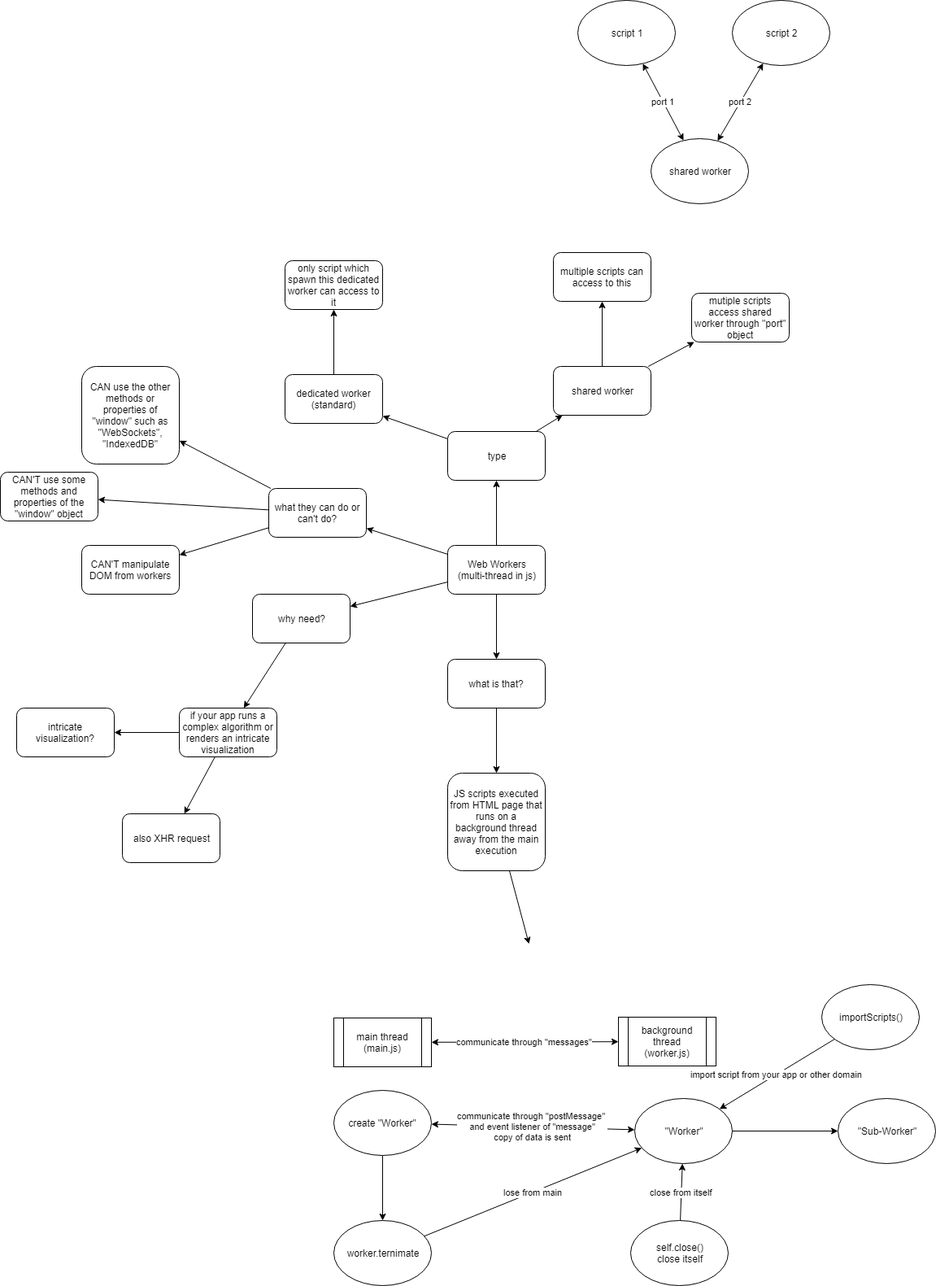
Above: web_workers_concept.PNG in stsiwo/js_concept (draw.io), before the change. Source tidied: cells renumbered, new cells last; positions are measured from the earlier drawing's top-left corner, leaving out a move shared by most shapes.
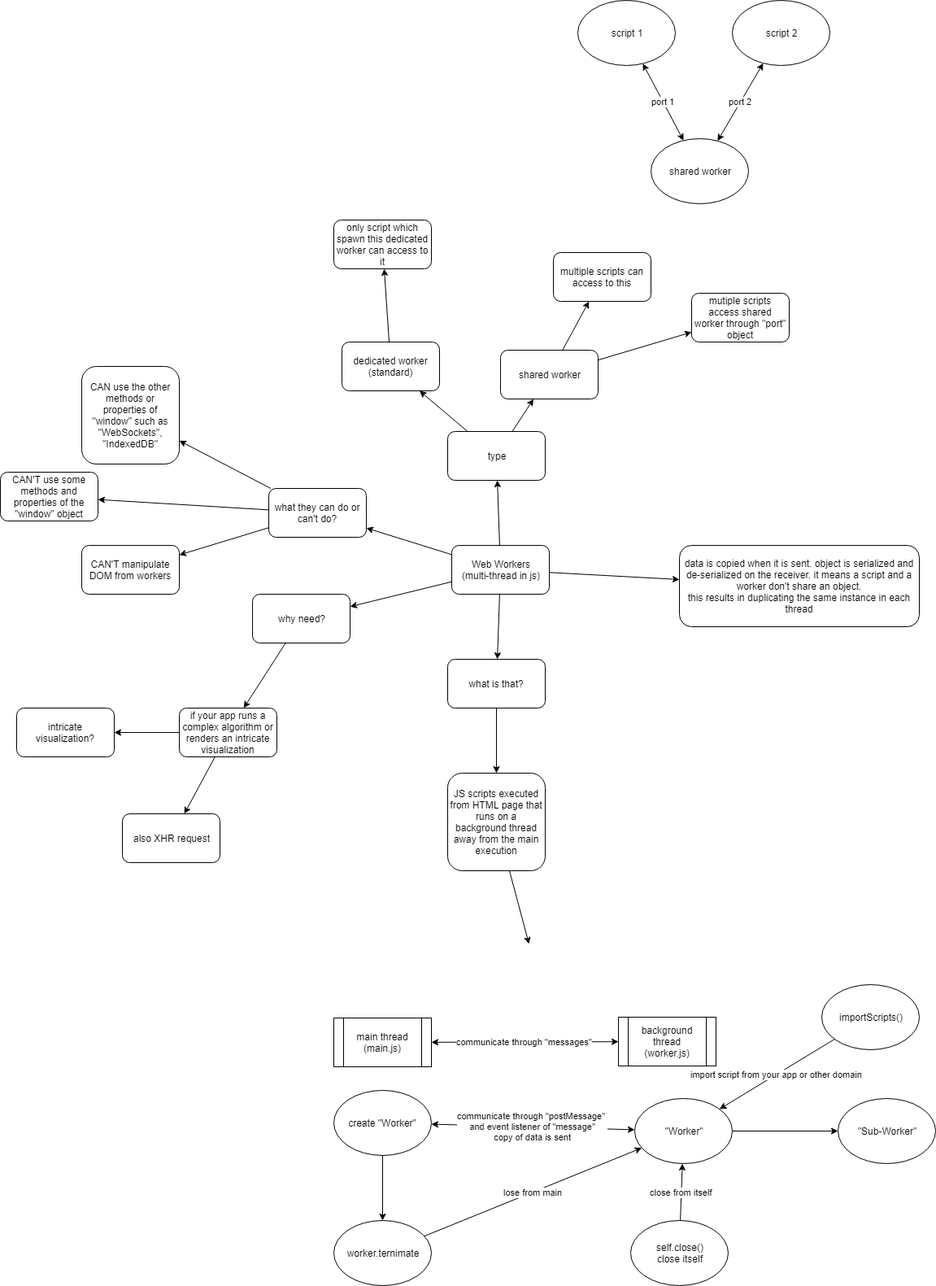
The same file after the commit.

Diff of the diagram source:
```diff
@@ -14,8 +14,11 @@
     <mxCell id="5" style="edgeStyle=none;rounded=0;jettySize=auto;html=1;startArrow=none;startFill=0;" parent="1" edge="1" source="6" target="10">
       <mxGeometry relative="1" as="geometry" />
     </mxCell>
+    <mxCell id="56" style="edgeStyle=none;rounded=0;jettySize=auto;html=1;startArrow=none;startFill=0;" parent="1" edge="1" source="6" target="57">
+      <mxGeometry relative="1" as="geometry" />
+    </mxCell>
     <mxCell id="6" value="Web Workers&lt;br&gt;(multi-thread in js)&lt;br&gt;" style="rounded=1;whiteSpace=wrap;html=1;" parent="1" vertex="1">
-      <mxGeometry x="550" y="670" width="120" height="60" as="geometry" />
+      <mxGeometry x="555" y="670" width="120" height="60" as="geometry" />
     </mxCell>
     <mxCell id="7" style="edgeStyle=none;rounded=0;jettySize=auto;html=1;startArrow=none;startFill=0;" parent="1" edge="1" source="10" target="13">
       <mxGeometry relative="1" as="geometry" />
@@ -54,7 +57,7 @@
       <mxGeometry relative="1" as="geometry" />
     </mxCell>
     <mxCell id="19" value="shared worker" style="rounded=1;whiteSpace=wrap;html=1;" parent="1" vertex="1">
-      <mxGeometry x="680" y="450" width="120" height="60" as="geometry" />
+      <mxGeometry x="615" y="430" width="120" height="60" as="geometry" />
     </mxCell>
     <mxCell id="20" value="mutiple scripts access shared worker through &quot;port&quot; object" style="rounded=1;whiteSpace=wrap;html=1;" parent="1" vertex="1">
       <mxGeometry x="850" y="360" width="120" height="60" as="geometry" />
@@ -66,10 +69,10 @@
       <mxGeometry relative="1" as="geometry" />
     </mxCell>
     <mxCell id="23" value="dedicated worker&lt;br&gt;(standard)&lt;br&gt;" style="rounded=1;whiteSpace=wrap;html=1;" parent="1" vertex="1">
-      <mxGeometry x="350" y="460" width="120" height="60" as="geometry" />
+      <mxGeometry x="420" y="420" width="120" height="60" as="geometry" />
     </mxCell>
     <mxCell id="24" value="only script which spawn this dedicated worker can access to it" style="rounded=1;whiteSpace=wrap;html=1;" parent="1" vertex="1">
-      <mxGeometry x="350" y="320" width="120" height="60" as="geometry" />
+      <mxGeometry x="410" y="270" width="120" height="60" as="geometry" />
     </mxCell>
     <mxCell id="25" style="edgeStyle=none;rounded=0;jettySize=auto;html=1;" parent="1" edge="1" source="26" target="28">
       <mxGeometry relative="1" as="geometry" />
@@ -166,5 +169,8 @@
     <mxCell id="55" value="script 2" style="ellipse;whiteSpace=wrap;html=1;" parent="1" vertex="1">
       <mxGeometry x="900" width="120" height="80" as="geometry" />
     </mxCell>
+    <mxCell id="57" value="data is copied when it is sent. object is serialized and de-serialized on the receiver. it means a script and a worker don't share an object.&lt;br&gt;this results in duplicating the same instance in each thread&lt;br&gt;" style="rounded=1;whiteSpace=wrap;html=1;" parent="1" vertex="1">
+      <mxGeometry x="835" y="670" width="295" height="100" as="geometry" />
+    </mxCell>
   </root>
 </mxGraphModel>
```
